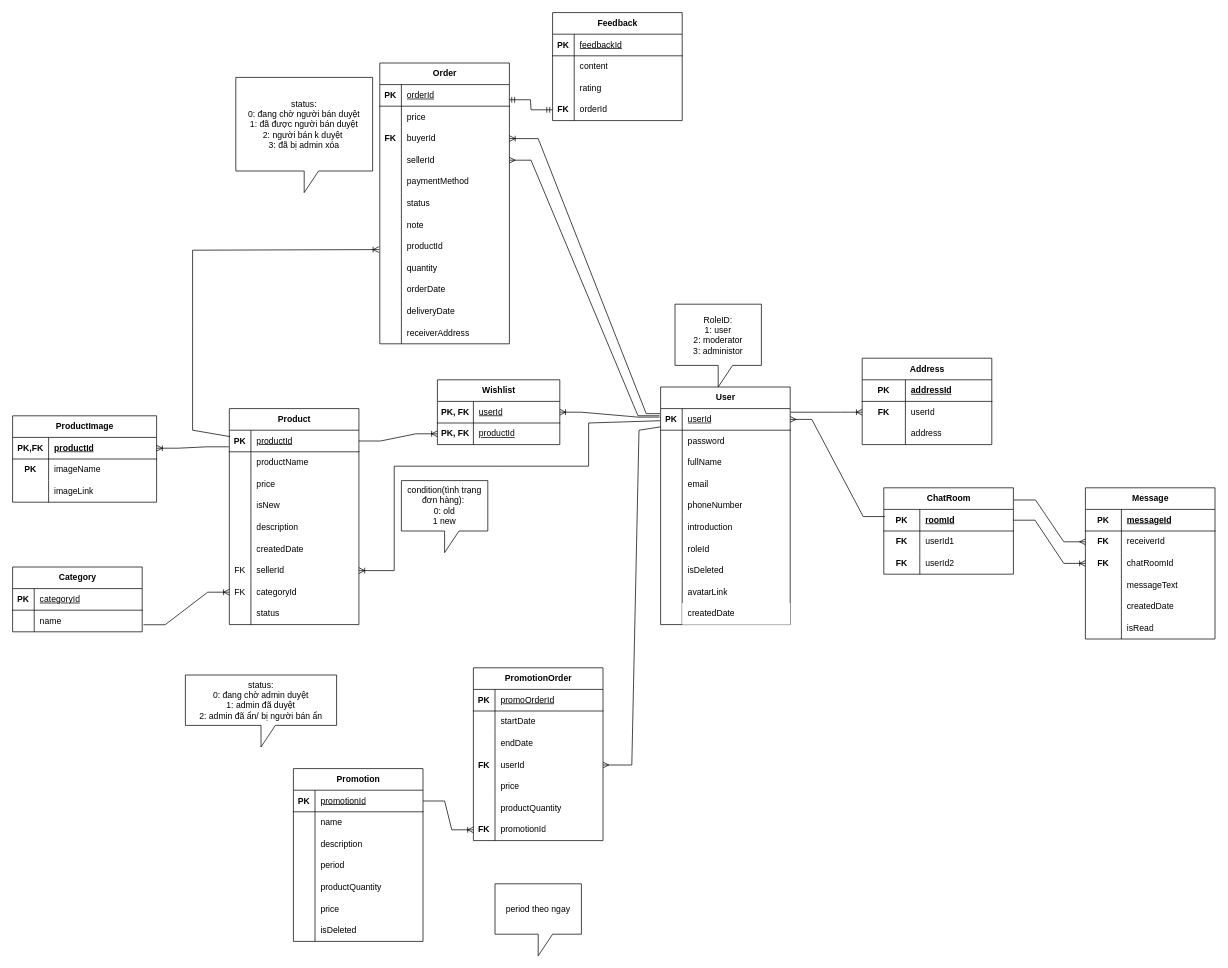
The draw.io diagram document/ERDPhysic.drawio in annguyenbinh03/FUFleamarket, before the edit. Source tidied: cells renumbered, new cells numbered last; positions are measured from the earlier drawing's top-left corner, leaving out a move shared by most shapes. Both pictures are drawn from the tidied source at 72%, with x=0, y=0 at pixel (12, 12).
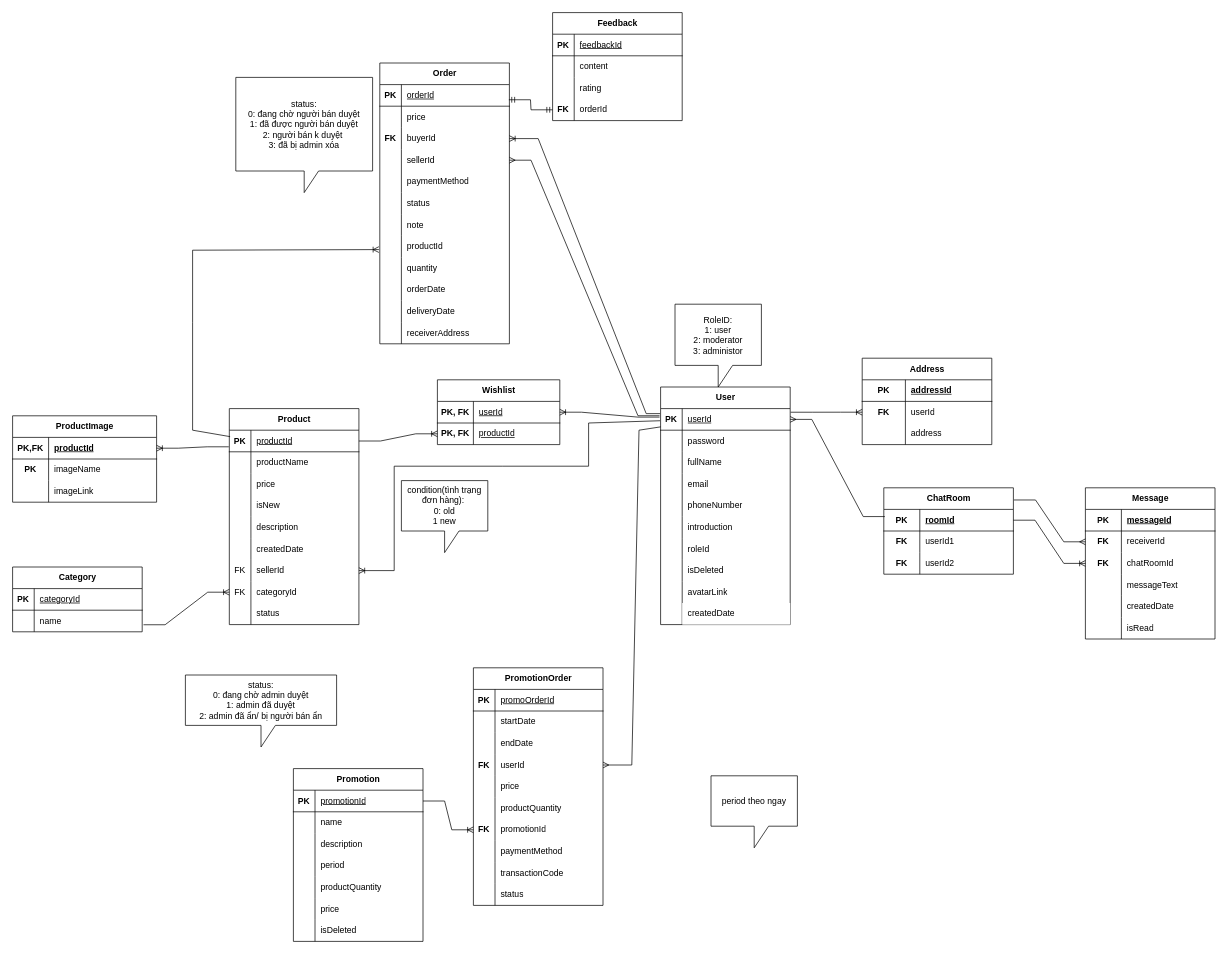
After the change.

The edit, as a diff of the source:
```diff
@@
     <mxCell id="131" value="PromotionOrder" style="shape=table;startSize=30;childLayout=tableLayout;rowLines=0;fontStyle=1;align=center;html=1;" parent="1" vertex="1">
-      <mxGeometry x="640" y="910" width="180" height="240" as="geometry" />
+      <mxGeometry x="640" y="910" width="180" height="330" as="geometry" />
     </mxCell>
@@
+    <mxCell id="238" style="shape=tableRow;horizontal=0;startSize=0;swimlaneHead=0;swimlaneBody=0;fillColor=none;top=0;left=0;right=0;bottom=0;" parent="131" vertex="1">
+      <mxGeometry y="240" width="180" height="30" as="geometry" />
+    </mxCell>
+    <mxCell id="239" style="shape=partialRectangle;fillColor=none;top=0;left=0;bottom=0;right=0;overflow=hidden;whiteSpace=wrap;html=1;" parent="238" vertex="1">
+      <mxGeometry width="30" height="30" as="geometry" />
+    </mxCell>
+    <mxCell id="240" value="paymentMethod" style="shape=partialRectangle;fillColor=none;top=0;left=0;bottom=0;right=0;align=left;spacingLeft=6;overflow=hidden;whiteSpace=wrap;html=1;" parent="238" vertex="1">
+      <mxGeometry x="30" width="150" height="30" as="geometry" />
+    </mxCell>
+    <mxCell id="241" style="shape=tableRow;horizontal=0;startSize=0;swimlaneHead=0;swimlaneBody=0;fillColor=none;top=0;left=0;right=0;bottom=0;" parent="131" vertex="1">
+      <mxGeometry y="270" width="180" height="30" as="geometry" />
+    </mxCell>
+    <mxCell id="242" style="shape=partialRectangle;fillColor=none;top=0;left=0;bottom=0;right=0;overflow=hidden;whiteSpace=wrap;html=1;" parent="241" vertex="1">
+      <mxGeometry width="30" height="30" as="geometry" />
+    </mxCell>
+    <mxCell id="243" value="transactionCode" style="shape=partialRectangle;fillColor=none;top=0;left=0;bottom=0;right=0;align=left;spacingLeft=6;overflow=hidden;whiteSpace=wrap;html=1;" parent="241" vertex="1">
+      <mxGeometry x="30" width="150" height="30" as="geometry" />
+    </mxCell>
+    <mxCell id="244" style="shape=tableRow;horizontal=0;startSize=0;swimlaneHead=0;swimlaneBody=0;fillColor=none;top=0;left=0;right=0;bottom=0;" parent="131" vertex="1">
+      <mxGeometry y="300" width="180" height="30" as="geometry" />
+    </mxCell>
+    <mxCell id="245" style="shape=partialRectangle;fillColor=none;top=0;left=0;bottom=0;right=0;overflow=hidden;whiteSpace=wrap;html=1;" parent="244" vertex="1">
+      <mxGeometry width="30" height="30" as="geometry" />
+    </mxCell>
+    <mxCell id="246" value="status" style="shape=partialRectangle;fillColor=none;top=0;left=0;bottom=0;right=0;align=left;spacingLeft=6;overflow=hidden;whiteSpace=wrap;html=1;" parent="244" vertex="1">
+      <mxGeometry x="30" width="150" height="30" as="geometry" />
+    </mxCell>
@@
     <mxCell id="221" value="period theo ngay" style="shape=callout;whiteSpace=wrap;html=1;perimeter=calloutPerimeter;" parent="1" vertex="1">
-      <mxGeometry x="670" y="1210" width="120" height="100" as="geometry" />
+      <mxGeometry x="970" y="1060" width="120" height="100" as="geometry" />
     </mxCell>
```
